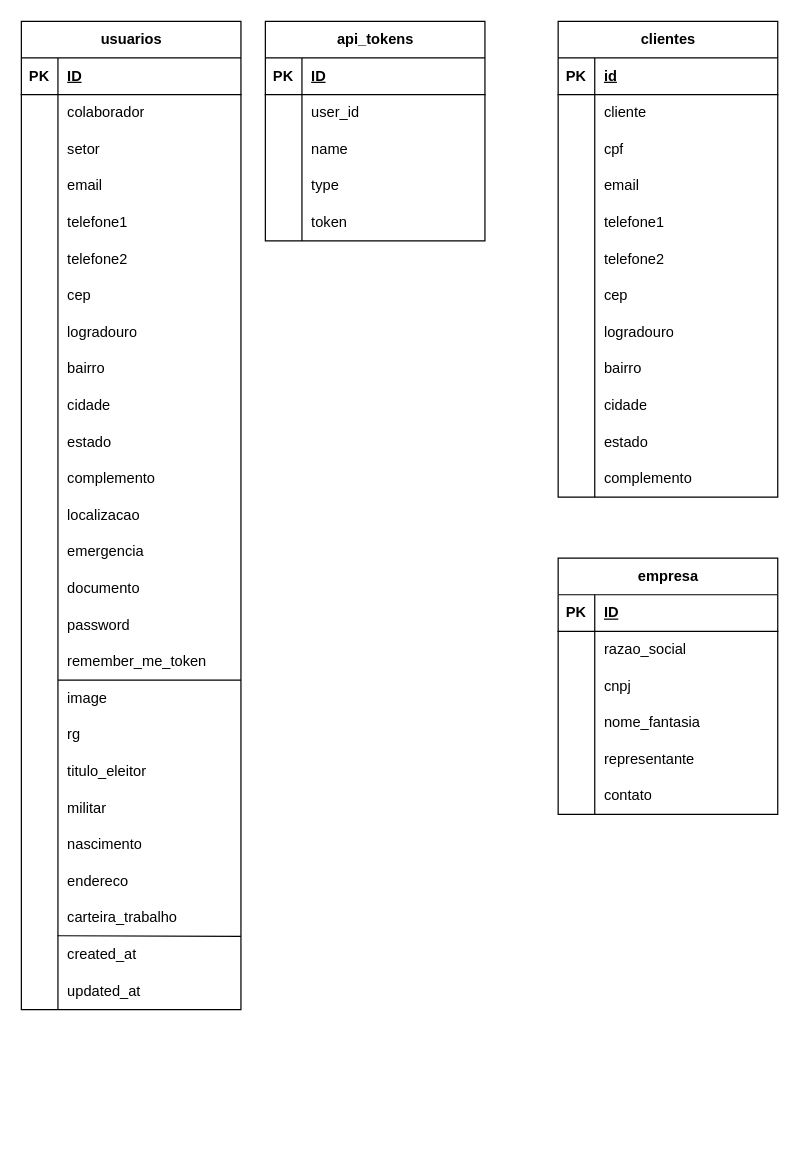
The draw.io diagram resources/diagrama_classe.drawio in VitorCostaTI/LingoBack, before the edit. Source tidied: cells renumbered, new cells numbered last; positions are measured from the earlier drawing's top-left corner, leaving out a move shared by most shapes. Both pictures are drawn from the tidied source at 122%, with x=0, y=0 at pixel (21, 21).
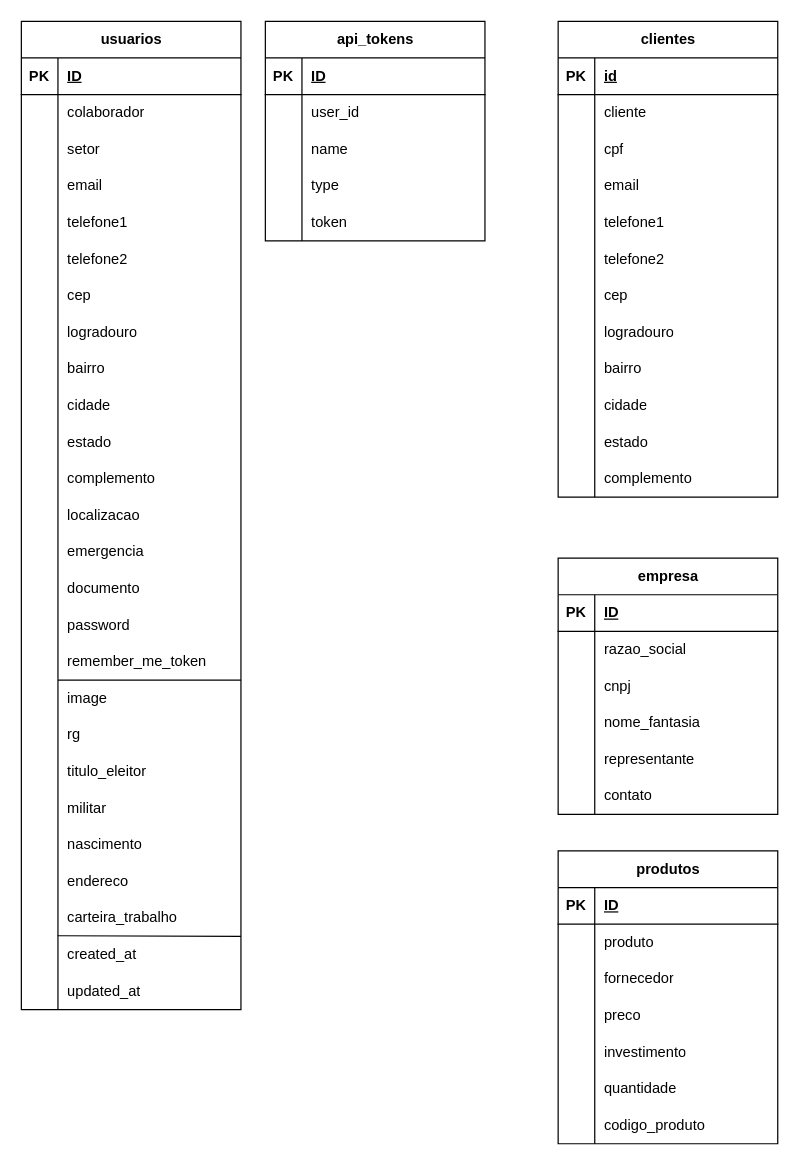
The same diagram, later.

Diff of the diagram source:
```diff
@@
+    <mxCell id="155" value="produtos" style="shape=table;startSize=30;childLayout=tableLayout;rowLines=0;fontStyle=1;align=center;html=1;" parent="1" vertex="1">
+      <mxGeometry x="440" y="680" width="180" height="240" as="geometry" />
+    </mxCell>
+    <mxCell id="156" style="shape=tableRow;horizontal=0;startSize=0;swimlaneHead=0;swimlaneBody=0;fillColor=none;top=0;left=0;right=0;bottom=1;" parent="155" vertex="1">
+      <mxGeometry y="30" width="180" height="30" as="geometry" />
+    </mxCell>
+    <mxCell id="157" value="PK" style="shape=partialRectangle;fillColor=none;top=0;left=0;bottom=0;right=0;fontStyle=1;overflow=hidden;whiteSpace=wrap;html=1;" parent="156" vertex="1">
+      <mxGeometry width="30" height="30" as="geometry" />
+    </mxCell>
+    <mxCell id="158" value="ID" style="shape=partialRectangle;fillColor=none;top=0;left=0;bottom=0;right=0;align=left;spacingLeft=6;fontStyle=5;overflow=hidden;whiteSpace=wrap;html=1;" parent="156" vertex="1">
+      <mxGeometry x="30" width="150" height="30" as="geometry" />
+    </mxCell>
+    <mxCell id="159" style="shape=tableRow;horizontal=0;startSize=0;swimlaneHead=0;swimlaneBody=0;fillColor=none;top=0;left=0;right=0;bottom=0;" parent="155" vertex="1">
+      <mxGeometry y="60" width="180" height="30" as="geometry" />
+    </mxCell>
+    <mxCell id="160" style="shape=partialRectangle;fillColor=none;top=0;left=0;bottom=0;right=0;overflow=hidden;whiteSpace=wrap;html=1;" parent="159" vertex="1">
+      <mxGeometry width="30" height="30" as="geometry" />
+    </mxCell>
+    <mxCell id="161" value="produto" style="shape=partialRectangle;fillColor=none;top=0;left=0;bottom=0;right=0;align=left;spacingLeft=6;overflow=hidden;whiteSpace=wrap;html=1;" parent="159" vertex="1">
+      <mxGeometry x="30" width="150" height="30" as="geometry" />
+    </mxCell>
+    <mxCell id="162" style="shape=tableRow;horizontal=0;startSize=0;swimlaneHead=0;swimlaneBody=0;fillColor=none;top=0;left=0;right=0;bottom=0;" parent="155" vertex="1">
+      <mxGeometry y="90" width="180" height="30" as="geometry" />
+    </mxCell>
+    <mxCell id="163" style="shape=partialRectangle;fillColor=none;top=0;left=0;bottom=0;right=0;overflow=hidden;whiteSpace=wrap;html=1;" parent="162" vertex="1">
+      <mxGeometry width="30" height="30" as="geometry" />
+    </mxCell>
+    <mxCell id="164" value="fornecedor" style="shape=partialRectangle;fillColor=none;top=0;left=0;bottom=0;right=0;align=left;spacingLeft=6;overflow=hidden;whiteSpace=wrap;html=1;" parent="162" vertex="1">
+      <mxGeometry x="30" width="150" height="30" as="geometry" />
+    </mxCell>
+    <mxCell id="165" style="shape=tableRow;horizontal=0;startSize=0;swimlaneHead=0;swimlaneBody=0;fillColor=none;top=0;left=0;right=0;bottom=0;" parent="155" vertex="1">
+      <mxGeometry y="120" width="180" height="30" as="geometry" />
+    </mxCell>
+    <mxCell id="166" style="shape=partialRectangle;fillColor=none;top=0;left=0;bottom=0;right=0;overflow=hidden;whiteSpace=wrap;html=1;" parent="165" vertex="1">
+      <mxGeometry width="30" height="30" as="geometry" />
+    </mxCell>
+    <mxCell id="167" value="preco" style="shape=partialRectangle;fillColor=none;top=0;left=0;bottom=0;right=0;align=left;spacingLeft=6;overflow=hidden;whiteSpace=wrap;html=1;" parent="165" vertex="1">
+      <mxGeometry x="30" width="150" height="30" as="geometry" />
+    </mxCell>
+    <mxCell id="168" style="shape=tableRow;horizontal=0;startSize=0;swimlaneHead=0;swimlaneBody=0;fillColor=none;top=0;left=0;right=0;bottom=0;" parent="155" vertex="1">
+      <mxGeometry y="150" width="180" height="30" as="geometry" />
+    </mxCell>
+    <mxCell id="169" style="shape=partialRectangle;fillColor=none;top=0;left=0;bottom=0;right=0;overflow=hidden;whiteSpace=wrap;html=1;" parent="168" vertex="1">
+      <mxGeometry width="30" height="30" as="geometry" />
+    </mxCell>
+    <mxCell id="170" value="investimento" style="shape=partialRectangle;fillColor=none;top=0;left=0;bottom=0;right=0;align=left;spacingLeft=6;overflow=hidden;whiteSpace=wrap;html=1;" parent="168" vertex="1">
+      <mxGeometry x="30" width="150" height="30" as="geometry" />
+    </mxCell>
+    <mxCell id="171" style="shape=tableRow;horizontal=0;startSize=0;swimlaneHead=0;swimlaneBody=0;fillColor=none;top=0;left=0;right=0;bottom=0;" parent="155" vertex="1">
+      <mxGeometry y="180" width="180" height="30" as="geometry" />
+    </mxCell>
+    <mxCell id="172" style="shape=partialRectangle;fillColor=none;top=0;left=0;bottom=0;right=0;overflow=hidden;whiteSpace=wrap;html=1;" parent="171" vertex="1">
+      <mxGeometry width="30" height="30" as="geometry" />
+    </mxCell>
+    <mxCell id="173" value="quantidade" style="shape=partialRectangle;fillColor=none;top=0;left=0;bottom=0;right=0;align=left;spacingLeft=6;overflow=hidden;whiteSpace=wrap;html=1;" parent="171" vertex="1">
+      <mxGeometry x="30" width="150" height="30" as="geometry" />
+    </mxCell>
+    <mxCell id="174" style="shape=tableRow;horizontal=0;startSize=0;swimlaneHead=0;swimlaneBody=0;fillColor=none;top=0;left=0;right=0;bottom=0;" parent="155" vertex="1">
+      <mxGeometry y="210" width="180" height="30" as="geometry" />
+    </mxCell>
+    <mxCell id="175" style="shape=partialRectangle;fillColor=none;top=0;left=0;bottom=0;right=0;overflow=hidden;whiteSpace=wrap;html=1;" parent="174" vertex="1">
+      <mxGeometry width="30" height="30" as="geometry" />
+    </mxCell>
+    <mxCell id="176" value="codigo_produto" style="shape=partialRectangle;fillColor=none;top=0;left=0;bottom=0;right=0;align=left;spacingLeft=6;overflow=hidden;whiteSpace=wrap;html=1;" parent="174" vertex="1">
+      <mxGeometry x="30" width="150" height="30" as="geometry" />
+    </mxCell>
```
